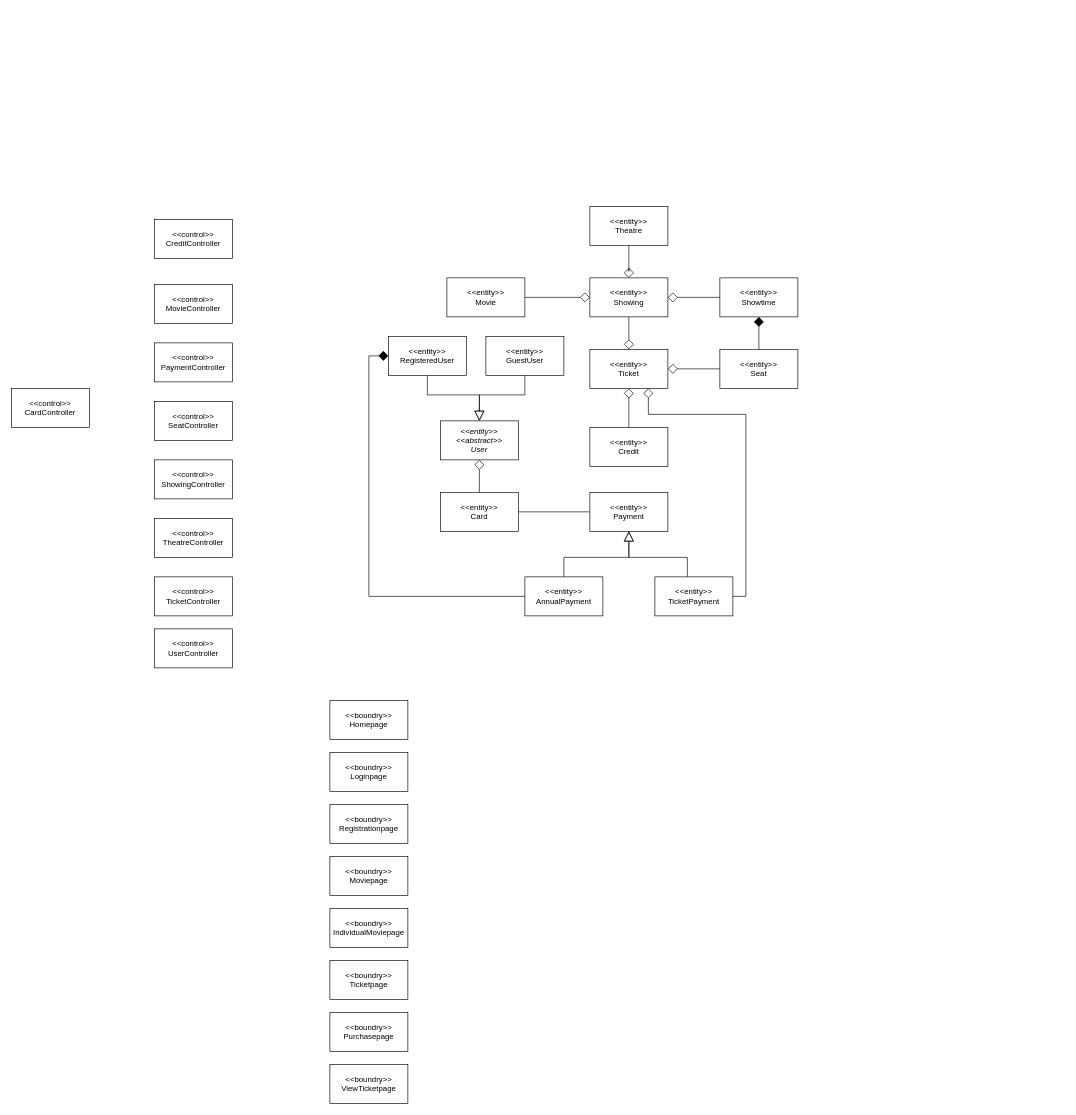
ticket-kings/movie-theatre-system-backend keeps this draw.io diagram as doc/drawio/MostRecent/ClassDiagramWithRelationship.drawio. Above is the earlier version. Source tidied: cells renumbered, new cells numbered last; positions are measured from the earlier drawing's top-left corner, leaving out a move shared by most shapes. Both pictures are drawn from the tidied source at 65%, with x=0, y=0 at pixel (11, 206).
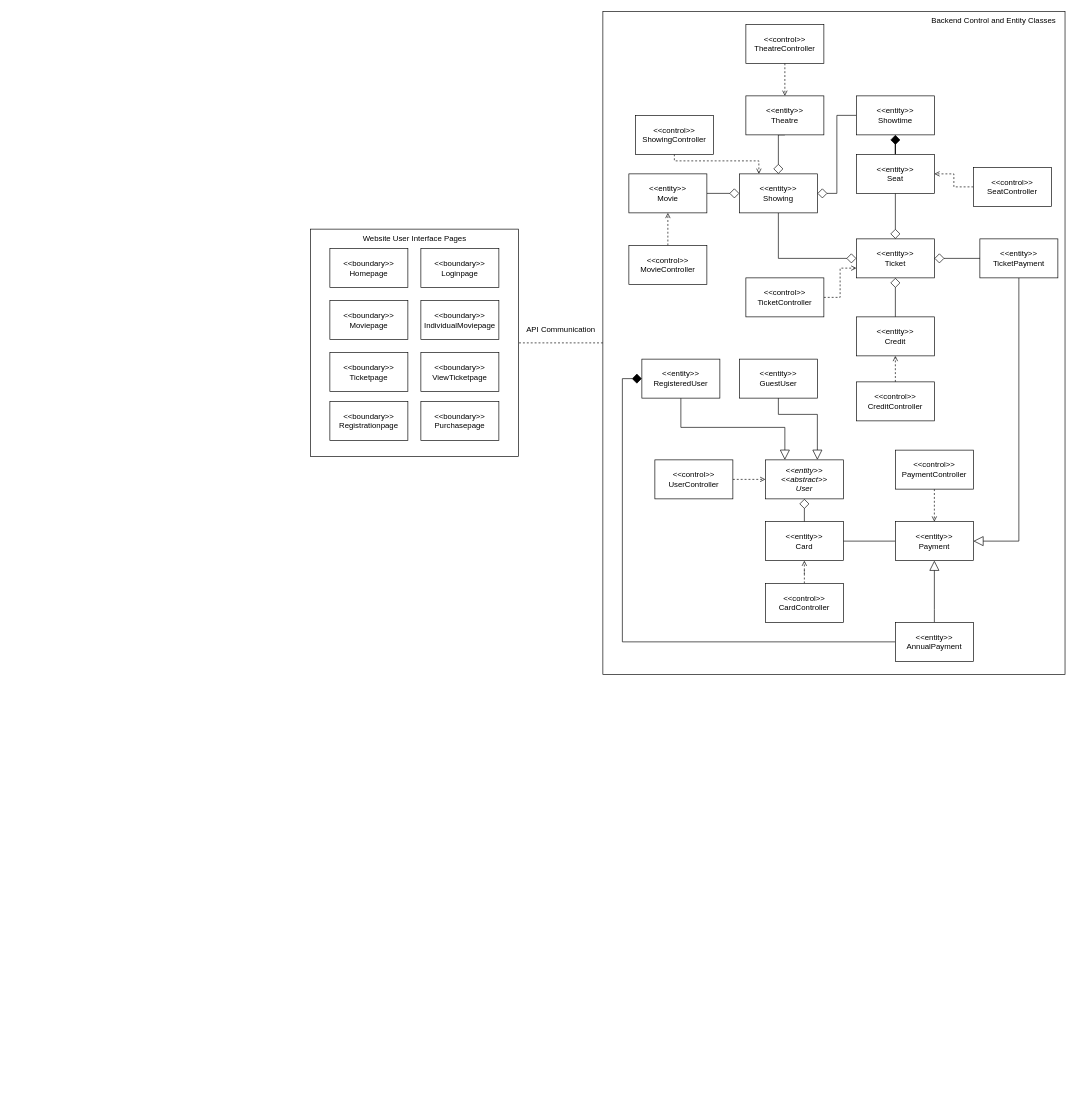
The same diagram, later.

Commit message (it also covers changes not shown here):
State and Class diagrams

The edit, as a diff of the source:
```diff
@@
+    <mxCell id="48" style="edgeStyle=orthogonalEdgeStyle;rounded=0;jettySize=auto;html=1;dashed=1;endArrow=none;endFill=0;entryX=1;entryY=0.5;entryDx=0;entryDy=0;" parent="1" edge="1" source="49" target="50">
+      <mxGeometry relative="1" as="geometry" />
+    </mxCell>
+    <mxCell id="49" style="rounded=0;whiteSpace=wrap;html=1;" parent="1" vertex="1">
+      <mxGeometry x="910" y="-300" width="711" height="1020" as="geometry" />
+    </mxCell>
+    <mxCell id="50" style="rounded=0;whiteSpace=wrap;html=1;" parent="1" vertex="1">
+      <mxGeometry x="460" y="35" width="320" height="350" as="geometry" />
+    </mxCell>
@@
-    <mxCell id="3" style="edgeStyle=orthogonalEdgeStyle;rounded=0;jettySize=auto;html=1;startArrow=diamond;startFill=0;endArrow=none;endFill=0;startSize=13;endSize=6;" parent="1" edge="1" source="19" target="20">
+    <mxCell id="3" style="edgeStyle=orthogonalEdgeStyle;rounded=0;jettySize=auto;html=1;startArrow=diamond;startFill=0;endArrow=none;endFill=0;startSize=13;endSize=6;entryX=0.5;entryY=1;entryDx=0;entryDy=0;" parent="1" edge="1" source="19" target="20">
       <mxGeometry relative="1" as="geometry">
         <Array as="points">
-          <mxPoint x="950" y="100" />
-          <mxPoint x="950" y="100" />
+          <mxPoint x="1180" y="-110" />
         </Array>
       </mxGeometry>
     </mxCell>
     <mxCell id="4" style="edgeStyle=orthogonalEdgeStyle;rounded=0;jettySize=auto;html=1;startArrow=diamond;startFill=0;endArrow=none;endFill=0;startSize=13;endSize=6;" parent="1" edge="1" source="19" target="27">
-      <mxGeometry relative="1" as="geometry" />
+      <mxGeometry relative="1" as="geometry">
+        <Array as="points">
+          <mxPoint x="1270" y="-20" />
+          <mxPoint x="1270" y="-140" />
+        </Array>
+      </mxGeometry>
     </mxCell>
@@
     <mxCell id="6" style="edgeStyle=orthogonalEdgeStyle;rounded=0;jettySize=auto;html=1;startArrow=none;startFill=0;endArrow=block;endFill=0;startSize=13;endSize=13;" parent="1" edge="1" source="26" target="22">
       <mxGeometry relative="1" as="geometry">
         <Array as="points">
-          <mxPoint x="850" y="540" />
-          <mxPoint x="950" y="540" />
+          <mxPoint x="1420" y="620" />
+          <mxPoint x="1420" y="620" />
         </Array>
       </mxGeometry>
     </mxCell>
@@
-    <mxCell id="8" style="edgeStyle=orthogonalEdgeStyle;rounded=0;jettySize=auto;html=1;startArrow=none;startFill=0;endArrow=block;endFill=0;startSize=13;endSize=13;" parent="1" edge="1" source="25" target="22">
+    <mxCell id="8" style="edgeStyle=orthogonalEdgeStyle;rounded=0;jettySize=auto;html=1;startArrow=none;startFill=0;endArrow=block;endFill=0;startSize=13;endSize=13;exitX=0.5;exitY=1;exitDx=0;exitDy=0;" parent="1" edge="1" source="25" target="22">
       <mxGeometry relative="1" as="geometry">
         <Array as="points">
-          <mxPoint x="1040" y="540" />
-          <mxPoint x="950" y="540" />
+          <mxPoint x="1550" y="515" />
         </Array>
       </mxGeometry>
     </mxCell>
-    <mxCell id="9" style="edgeStyle=orthogonalEdgeStyle;rounded=0;jettySize=auto;html=1;startArrow=none;startFill=0;endArrow=block;endFill=0;startSize=13;endSize=13;" parent="1" edge="1" source="12" target="15">
+    <mxCell id="9" style="edgeStyle=orthogonalEdgeStyle;rounded=0;jettySize=auto;html=1;startArrow=none;startFill=0;endArrow=block;endFill=0;startSize=13;endSize=13;entryX=0.25;entryY=0;entryDx=0;entryDy=0;" parent="1" edge="1" source="12" target="15">
       <mxGeometry relative="1" as="geometry">
         <Array as="points">
-          <mxPoint x="640" y="290" />
-          <mxPoint x="720" y="290" />
+          <mxPoint x="1030" y="340" />
+          <mxPoint x="1190" y="340" />
         </Array>
       </mxGeometry>
     </mxCell>
-    <mxCell id="10" style="edgeStyle=orthogonalEdgeStyle;rounded=0;jettySize=auto;html=1;startArrow=none;startFill=0;endArrow=block;endFill=0;startSize=13;endSize=13;" parent="1" edge="1" source="13" target="15">
-      <mxGeometry relative="1" as="geometry">
-        <Array as="points">
-          <mxPoint x="790" y="290" />
-          <mxPoint x="720" y="290" />
-        </Array>
-      </mxGeometry>
-    </mxCell>
@@
     <mxCell id="12" value="&amp;lt;&amp;lt;entity&amp;gt;&amp;gt;&lt;br&gt;RegisteredUser" style="rounded=0;whiteSpace=wrap;html=1;shadow=0;" parent="1" vertex="1">
-      <mxGeometry x="580" y="200" width="120" height="60" as="geometry" />
+      <mxGeometry x="970" y="235" width="120" height="60" as="geometry" />
     </mxCell>
     <mxCell id="13" value="&amp;lt;&amp;lt;entity&amp;gt;&amp;gt;&lt;br&gt;GuestUser" style="rounded=0;whiteSpace=wrap;html=1;shadow=0;" parent="1" vertex="1">
-      <mxGeometry x="730" y="200" width="120" height="60" as="geometry" />
+      <mxGeometry x="1120" y="235" width="120" height="60" as="geometry" />
     </mxCell>
@@
     <mxCell id="15" value="&lt;i&gt;&amp;lt;&amp;lt;entity&amp;gt;&amp;gt;&lt;br&gt;&amp;lt;&amp;lt;abstract&amp;gt;&amp;gt;&lt;br&gt;User&lt;/i&gt;" style="rounded=0;whiteSpace=wrap;html=1;shadow=0;" parent="1" vertex="1">
-      <mxGeometry x="660" y="330" width="120" height="60" as="geometry" />
+      <mxGeometry x="1160" y="390" width="120" height="60" as="geometry" />
     </mxCell>
     <mxCell id="16" value="&amp;lt;&amp;lt;entity&amp;gt;&amp;gt;&lt;br&gt;Credit" style="rounded=0;whiteSpace=wrap;html=1;shadow=0;" parent="1" vertex="1">
-      <mxGeometry x="890" y="340" width="120" height="60" as="geometry" />
+      <mxGeometry x="1300" y="170" width="120" height="60" as="geometry" />
     </mxCell>
     <mxCell id="17" value="&amp;lt;&amp;lt;entity&amp;gt;&amp;gt;&lt;br&gt;Movie" style="rounded=0;whiteSpace=wrap;html=1;shadow=0;" parent="1" vertex="1">
-      <mxGeometry x="670" y="110" width="120" height="60" as="geometry" />
+      <mxGeometry x="950" y="-50" width="120" height="60" as="geometry" />
     </mxCell>
-    <mxCell id="18" style="edgeStyle=orthogonalEdgeStyle;rounded=0;jettySize=auto;html=1;startArrow=none;startFill=0;endArrow=diamond;endFill=0;endSize=13;exitX=0.5;exitY=1;exitDx=0;exitDy=0;" parent="1" edge="1" source="19" target="23">
+    <mxCell id="18" style="edgeStyle=orthogonalEdgeStyle;rounded=0;jettySize=auto;html=1;startArrow=none;startFill=0;endArrow=diamond;endFill=0;endSize=13;entryX=0;entryY=0.5;entryDx=0;entryDy=0;exitX=0.5;exitY=1;exitDx=0;exitDy=0;" parent="1" edge="1" source="19" target="23">
       <mxGeometry relative="1" as="geometry">
         <Array as="points">
-          <mxPoint x="950" y="250" />
-          <mxPoint x="950" y="250" />
+          <mxPoint x="1180" y="80" />
         </Array>
       </mxGeometry>
     </mxCell>
     <mxCell id="19" value="&amp;lt;&amp;lt;entity&amp;gt;&amp;gt;&lt;br&gt;Showing" style="rounded=0;whiteSpace=wrap;html=1;shadow=0;" parent="1" vertex="1">
-      <mxGeometry x="890" y="110" width="120" height="60" as="geometry" />
+      <mxGeometry x="1120" y="-50" width="120" height="60" as="geometry" />
     </mxCell>
     <mxCell id="20" value="&amp;lt;&amp;lt;entity&amp;gt;&amp;gt;&lt;br&gt;Theatre" style="rounded=0;whiteSpace=wrap;html=1;shadow=0;" parent="1" vertex="1">
-      <mxGeometry x="890" width="120" height="60" as="geometry" />
+      <mxGeometry x="1130" y="-170" width="120" height="60" as="geometry" />
     </mxCell>
@@
     <mxCell id="22" value="&amp;lt;&amp;lt;entity&amp;gt;&amp;gt;&lt;br&gt;Payment" style="rounded=0;whiteSpace=wrap;html=1;shadow=0;" parent="1" vertex="1">
-      <mxGeometry x="890" y="440" width="120" height="60" as="geometry" />
+      <mxGeometry x="1360" y="485" width="120" height="60" as="geometry" />
     </mxCell>
     <mxCell id="23" value="&amp;lt;&amp;lt;entity&amp;gt;&amp;gt;&lt;br&gt;Ticket" style="rounded=0;whiteSpace=wrap;html=1;shadow=0;" parent="1" vertex="1">
-      <mxGeometry x="890" y="220" width="120" height="60" as="geometry" />
+      <mxGeometry x="1300" y="50" width="120" height="60" as="geometry" />
     </mxCell>
-    <mxCell id="24" style="edgeStyle=orthogonalEdgeStyle;rounded=0;jettySize=auto;html=1;exitX=1;exitY=0.5;exitDx=0;exitDy=0;entryX=0.75;entryY=1;entryDx=0;entryDy=0;startArrow=none;startFill=0;endArrow=diamond;endFill=0;endSize=13;" parent="1" edge="1" source="25" target="23">
+    <mxCell id="24" style="edgeStyle=orthogonalEdgeStyle;rounded=0;jettySize=auto;html=1;exitX=0;exitY=0.5;exitDx=0;exitDy=0;entryX=1;entryY=0.5;entryDx=0;entryDy=0;startArrow=none;startFill=0;endArrow=diamond;endFill=0;endSize=13;" parent="1" edge="1" source="25" target="23">
       <mxGeometry relative="1" as="geometry">
         <Array as="points">
-          <mxPoint x="1130" y="600" />
-          <mxPoint x="1130" y="320" />
-          <mxPoint x="980" y="320" />
+          <mxPoint x="1500" y="80" />
+          <mxPoint x="1500" y="80" />
         </Array>
       </mxGeometry>
     </mxCell>
     <mxCell id="25" value="&amp;lt;&amp;lt;entity&amp;gt;&amp;gt;&lt;br&gt;TicketPayment" style="rounded=0;whiteSpace=wrap;html=1;shadow=0;" parent="1" vertex="1">
-      <mxGeometry x="990" y="570" width="120" height="60" as="geometry" />
+      <mxGeometry x="1490" y="50" width="120" height="60" as="geometry" />
     </mxCell>
     <mxCell id="26" value="&amp;lt;&amp;lt;entity&amp;gt;&amp;gt;&lt;br&gt;AnnualPayment" style="rounded=0;whiteSpace=wrap;html=1;shadow=0;" parent="1" vertex="1">
-      <mxGeometry x="790" y="570" width="120" height="60" as="geometry" />
+      <mxGeometry x="1360" y="640" width="120" height="60" as="geometry" />
     </mxCell>
     <mxCell id="27" value="&amp;lt;&amp;lt;entity&amp;gt;&amp;gt;&lt;br&gt;Showtime" style="rounded=0;whiteSpace=wrap;html=1;shadow=0;" parent="1" vertex="1">
-      <mxGeometry x="1090" y="110" width="120" height="60" as="geometry" />
+      <mxGeometry x="1300" y="-170" width="120" height="60" as="geometry" />
     </mxCell>
-    <mxCell id="28" style="edgeStyle=orthogonalEdgeStyle;rounded=0;jettySize=auto;html=1;startArrow=none;startFill=0;endArrow=diamond;endFill=0;endSize=13;" parent="1" edge="1" source="29" target="23">
+    <mxCell id="28" style="edgeStyle=orthogonalEdgeStyle;rounded=0;jettySize=auto;html=1;startArrow=none;startFill=0;endArrow=diamond;endFill=0;endSize=13;entryX=0.5;entryY=0;entryDx=0;entryDy=0;" parent="1" edge="1" source="29" target="23">
       <mxGeometry relative="1" as="geometry" />
     </mxCell>
     <mxCell id="29" value="&amp;lt;&amp;lt;entity&amp;gt;&amp;gt;&lt;br&gt;Seat" style="rounded=0;whiteSpace=wrap;html=1;shadow=0;" parent="1" vertex="1">
-      <mxGeometry x="1090" y="220" width="120" height="60" as="geometry" />
+      <mxGeometry x="1300" y="-80" width="120" height="60" as="geometry" />
     </mxCell>
     <mxCell id="30" value="&amp;lt;&amp;lt;entity&amp;gt;&amp;gt;&lt;br&gt;Card" style="rounded=0;whiteSpace=wrap;html=1;shadow=0;" parent="1" vertex="1">
-      <mxGeometry x="660" y="440" width="120" height="60" as="geometry" />
+      <mxGeometry x="1160" y="485" width="120" height="60" as="geometry" />
     </mxCell>
+    <mxCell id="51" style="edgeStyle=orthogonalEdgeStyle;rounded=0;jettySize=auto;html=1;entryX=0.5;entryY=0;entryDx=0;entryDy=0;dashed=1;endArrow=open;endFill=0;" parent="1" edge="1" source="31" target="22">
+      <mxGeometry relative="1" as="geometry" />
+    </mxCell>
     <mxCell id="31" value="&amp;lt;&amp;lt;control&amp;gt;&amp;gt;&lt;br&gt;PaymentController" style="rounded=0;whiteSpace=wrap;html=1;shadow=0;" parent="1" vertex="1">
-      <mxGeometry x="220" y="210" width="120" height="60" as="geometry" />
+      <mxGeometry x="1360" y="375" width="120" height="60" as="geometry" />
     </mxCell>
+    <mxCell id="52" style="edgeStyle=orthogonalEdgeStyle;rounded=0;jettySize=auto;html=1;entryX=1;entryY=0.5;entryDx=0;entryDy=0;dashed=1;endArrow=open;endFill=0;" parent="1" edge="1" source="32" target="29">
+      <mxGeometry relative="1" as="geometry" />
+    </mxCell>
     <mxCell id="32" value="&amp;lt;&amp;lt;control&amp;gt;&amp;gt;&lt;br&gt;SeatController" style="rounded=0;whiteSpace=wrap;html=1;shadow=0;" parent="1" vertex="1">
-      <mxGeometry x="220" y="300" width="120" height="60" as="geometry" />
+      <mxGeometry x="1480" y="-60" width="120" height="60" as="geometry" />
     </mxCell>
+    <mxCell id="53" style="edgeStyle=orthogonalEdgeStyle;rounded=0;jettySize=auto;html=1;entryX=0.5;entryY=0;entryDx=0;entryDy=0;endArrow=open;endFill=0;dashed=1;" parent="1" edge="1" source="33" target="20">
+      <mxGeometry relative="1" as="geometry" />
+    </mxCell>
     <mxCell id="33" value="&amp;lt;&amp;lt;control&amp;gt;&amp;gt;&lt;br&gt;TheatreController" style="rounded=0;whiteSpace=wrap;html=1;shadow=0;" parent="1" vertex="1">
-      <mxGeometry x="220" y="480" width="120" height="60" as="geometry" />
+      <mxGeometry x="1130" y="-280" width="120" height="60" as="geometry" />
     </mxCell>
+    <mxCell id="54" style="edgeStyle=orthogonalEdgeStyle;rounded=0;jettySize=auto;html=1;entryX=0.5;entryY=1;entryDx=0;entryDy=0;dashed=1;endArrow=open;endFill=0;" parent="1" edge="1" source="34" target="17">
+      <mxGeometry relative="1" as="geometry" />
+    </mxCell>
     <mxCell id="34" value="&amp;lt;&amp;lt;control&amp;gt;&amp;gt;&lt;br&gt;MovieController" style="rounded=0;whiteSpace=wrap;html=1;shadow=0;" parent="1" vertex="1">
-      <mxGeometry x="220" y="120" width="120" height="60" as="geometry" />
+      <mxGeometry x="950" y="60" width="120" height="60" as="geometry" />
     </mxCell>
+    <mxCell id="55" style="edgeStyle=orthogonalEdgeStyle;rounded=0;jettySize=auto;html=1;entryX=0;entryY=0.75;entryDx=0;entryDy=0;dashed=1;endArrow=open;endFill=0;" parent="1" edge="1" source="35" target="23">
+      <mxGeometry relative="1" as="geometry" />
+    </mxCell>
     <mxCell id="35" value="&amp;lt;&amp;lt;control&amp;gt;&amp;gt;&lt;br&gt;TicketController" style="rounded=0;whiteSpace=wrap;html=1;shadow=0;" parent="1" vertex="1">
-      <mxGeometry x="220" y="570" width="120" height="60" as="geometry" />
+      <mxGeometry x="1130" y="110" width="120" height="60" as="geometry" />
     </mxCell>
+    <mxCell id="56" style="edgeStyle=orthogonalEdgeStyle;rounded=0;jettySize=auto;html=1;entryX=0.25;entryY=0;entryDx=0;entryDy=0;dashed=1;endArrow=open;endFill=0;" parent="1" edge="1" source="36" target="19">
+      <mxGeometry relative="1" as="geometry">
+        <Array as="points">
+          <mxPoint x="1020" y="-70" />
+          <mxPoint x="1150" y="-70" />
+        </Array>
+      </mxGeometry>
+    </mxCell>
     <mxCell id="36" value="&amp;lt;&amp;lt;control&amp;gt;&amp;gt;&lt;br&gt;ShowingController" style="rounded=0;whiteSpace=wrap;html=1;shadow=0;" parent="1" vertex="1">
-      <mxGeometry x="220" y="390" width="120" height="60" as="geometry" />
+      <mxGeometry x="960" y="-140" width="120" height="60" as="geometry" />
     </mxCell>
+    <mxCell id="57" style="edgeStyle=orthogonalEdgeStyle;rounded=0;jettySize=auto;html=1;entryX=0.5;entryY=1;entryDx=0;entryDy=0;dashed=1;endArrow=open;endFill=0;" parent="1" edge="1" source="37" target="30">
+      <mxGeometry relative="1" as="geometry" />
+    </mxCell>
     <mxCell id="37" value="&amp;lt;&amp;lt;control&amp;gt;&amp;gt;&lt;br&gt;CardController" style="rounded=0;whiteSpace=wrap;html=1;shadow=0;" parent="1" vertex="1">
-      <mxGeometry y="280" width="120" height="60" as="geometry" />
+      <mxGeometry x="1160" y="580" width="120" height="60" as="geometry" />
     </mxCell>
+    <mxCell id="58" style="edgeStyle=orthogonalEdgeStyle;rounded=0;jettySize=auto;html=1;entryX=0.5;entryY=1;entryDx=0;entryDy=0;dashed=1;endArrow=open;endFill=0;" parent="1" edge="1" source="38" target="16">
+      <mxGeometry relative="1" as="geometry" />
+    </mxCell>
     <mxCell id="38" value="&amp;lt;&amp;lt;control&amp;gt;&amp;gt;&lt;br&gt;CreditController" style="rounded=0;whiteSpace=wrap;html=1;shadow=0;" parent="1" vertex="1">
-      <mxGeometry x="220" y="20" width="120" height="60" as="geometry" />
+      <mxGeometry x="1300" y="270" width="120" height="60" as="geometry" />
     </mxCell>
+    <mxCell id="59" style="edgeStyle=orthogonalEdgeStyle;rounded=0;jettySize=auto;html=1;entryX=0;entryY=0.5;entryDx=0;entryDy=0;dashed=1;endArrow=open;endFill=0;" parent="1" edge="1" source="39" target="15">
+      <mxGeometry relative="1" as="geometry" />
+    </mxCell>
     <mxCell id="39" value="&amp;lt;&amp;lt;control&amp;gt;&amp;gt;&lt;br&gt;UserController" style="rounded=0;whiteSpace=wrap;html=1;shadow=0;" parent="1" vertex="1">
-      <mxGeometry x="220" y="650" width="120" height="60" as="geometry" />
+      <mxGeometry x="990" y="390" width="120" height="60" as="geometry" />
     </mxCell>
-    <mxCell id="40" value="&amp;lt;&amp;lt;boundry&amp;gt;&amp;gt;&lt;br&gt;Loginpage" style="rounded=0;whiteSpace=wrap;html=1;shadow=0;" parent="1" vertex="1">
-      <mxGeometry x="490" y="840" width="120" height="60" as="geometry" />
+    <mxCell id="40" value="&amp;lt;&amp;lt;boundary&amp;gt;&amp;gt;&lt;br&gt;Loginpage" style="rounded=0;whiteSpace=wrap;html=1;shadow=0;" parent="1" vertex="1">
+      <mxGeometry x="630" y="65" width="120" height="60" as="geometry" />
     </mxCell>
-    <mxCell id="41" value="&amp;lt;&amp;lt;boundry&amp;gt;&amp;gt;&lt;br&gt;Homepage" style="rounded=0;whiteSpace=wrap;html=1;shadow=0;" parent="1" vertex="1">
-      <mxGeometry x="490" y="760" width="120" height="60" as="geometry" />
+    <mxCell id="41" value="&amp;lt;&amp;lt;boundary&amp;gt;&amp;gt;&lt;br&gt;Homepage" style="rounded=0;whiteSpace=wrap;html=1;shadow=0;" parent="1" vertex="1">
+      <mxGeometry x="490" y="65" width="120" height="60" as="geometry" />
     </mxCell>
-    <mxCell id="42" value="&amp;lt;&amp;lt;boundry&amp;gt;&amp;gt;&lt;br&gt;Registrationpage" style="rounded=0;whiteSpace=wrap;html=1;shadow=0;" parent="1" vertex="1">
-      <mxGeometry x="490" y="920" width="120" height="60" as="geometry" />
+    <mxCell id="42" value="&amp;lt;&amp;lt;boundary&amp;gt;&amp;gt;&lt;br&gt;Registrationpage" style="rounded=0;whiteSpace=wrap;html=1;shadow=0;" parent="1" vertex="1">
+      <mxGeometry x="490" y="300" width="120" height="60" as="geometry" />
     </mxCell>
-    <mxCell id="43" value="&amp;lt;&amp;lt;boundry&amp;gt;&amp;gt;&lt;br&gt;Moviepage" style="rounded=0;whiteSpace=wrap;html=1;shadow=0;" parent="1" vertex="1">
-      <mxGeometry x="490" y="1000" width="120" height="60" as="geometry" />
+    <mxCell id="43" value="&amp;lt;&amp;lt;boundary&amp;gt;&amp;gt;&lt;br&gt;Moviepage" style="rounded=0;whiteSpace=wrap;html=1;shadow=0;" parent="1" vertex="1">
+      <mxGeometry x="490" y="145" width="120" height="60" as="geometry" />
     </mxCell>
-    <mxCell id="44" value="&amp;lt;&amp;lt;boundry&amp;gt;&amp;gt;&lt;br&gt;IndividualMoviepage" style="rounded=0;whiteSpace=wrap;html=1;shadow=0;" parent="1" vertex="1">
-      <mxGeometry x="490" y="1080" width="120" height="60" as="geometry" />
+    <mxCell id="44" value="&amp;lt;&amp;lt;boundary&amp;gt;&amp;gt;&lt;br&gt;IndividualMoviepage" style="rounded=0;whiteSpace=wrap;html=1;shadow=0;" parent="1" vertex="1">
+      <mxGeometry x="630" y="145" width="120" height="60" as="geometry" />
     </mxCell>
-    <mxCell id="45" value="&amp;lt;&amp;lt;boundry&amp;gt;&amp;gt;&lt;br&gt;Ticketpage" style="rounded=0;whiteSpace=wrap;html=1;shadow=0;" parent="1" vertex="1">
-      <mxGeometry x="490" y="1160" width="120" height="60" as="geometry" />
+    <mxCell id="45" value="&amp;lt;&amp;lt;boundary&amp;gt;&amp;gt;&lt;br&gt;Ticketpage" style="rounded=0;whiteSpace=wrap;html=1;shadow=0;" parent="1" vertex="1">
+      <mxGeometry x="490" y="225" width="120" height="60" as="geometry" />
     </mxCell>
-    <mxCell id="46" value="&amp;lt;&amp;lt;boundry&amp;gt;&amp;gt;&lt;br&gt;Purchasepage" style="rounded=0;whiteSpace=wrap;html=1;shadow=0;" parent="1" vertex="1">
-      <mxGeometry x="490" y="1240" width="120" height="60" as="geometry" />
+    <mxCell id="46" value="&amp;lt;&amp;lt;boundary&amp;gt;&amp;gt;&lt;br&gt;Purchasepage" style="rounded=0;whiteSpace=wrap;html=1;shadow=0;" parent="1" vertex="1">
+      <mxGeometry x="630" y="300" width="120" height="60" as="geometry" />
     </mxCell>
-    <mxCell id="47" value="&amp;lt;&amp;lt;boundry&amp;gt;&amp;gt;&lt;br&gt;ViewTicketpage" style="rounded=0;whiteSpace=wrap;html=1;shadow=0;" parent="1" vertex="1">
-      <mxGeometry x="490" y="1320" width="120" height="60" as="geometry" />
+    <mxCell id="47" value="&amp;lt;&amp;lt;boundary&amp;gt;&amp;gt;&lt;br&gt;ViewTicketpage" style="rounded=0;whiteSpace=wrap;html=1;shadow=0;" parent="1" vertex="1">
+      <mxGeometry x="630" y="225" width="120" height="60" as="geometry" />
     </mxCell>
+    <mxCell id="60" style="edgeStyle=orthogonalEdgeStyle;rounded=0;jettySize=auto;html=1;startArrow=none;startFill=0;endArrow=block;endFill=0;startSize=13;endSize=13;exitX=0.5;exitY=1;exitDx=0;exitDy=0;" parent="1" edge="1" source="13">
+      <mxGeometry relative="1" as="geometry">
+        <mxPoint x="1240" y="390" as="targetPoint" />
+        <Array as="points">
+          <mxPoint x="1180" y="320" />
+          <mxPoint x="1240" y="320" />
+        </Array>
+      </mxGeometry>
+    </mxCell>
+    <mxCell id="61" value="Website User Interface Pages" style="text;html=1;align=center;verticalAlign=middle;strokeColor=none;fillColor=none;" parent="1" vertex="1">
+      <mxGeometry x="530" y="35" width="180" height="30" as="geometry" />
+    </mxCell>
+    <mxCell id="62" value="Backend Control and Entity Classes" style="text;html=1;align=center;verticalAlign=middle;strokeColor=none;fillColor=none;" parent="1" vertex="1">
+      <mxGeometry x="1401" y="-300" width="220" height="30" as="geometry" />
+    </mxCell>
+    <mxCell id="63" value="API Communication" style="text;html=1;align=center;verticalAlign=middle;strokeColor=none;fillColor=none;" parent="1" vertex="1">
+      <mxGeometry x="780" y="175" width="130" height="30" as="geometry" />
+    </mxCell>
```
